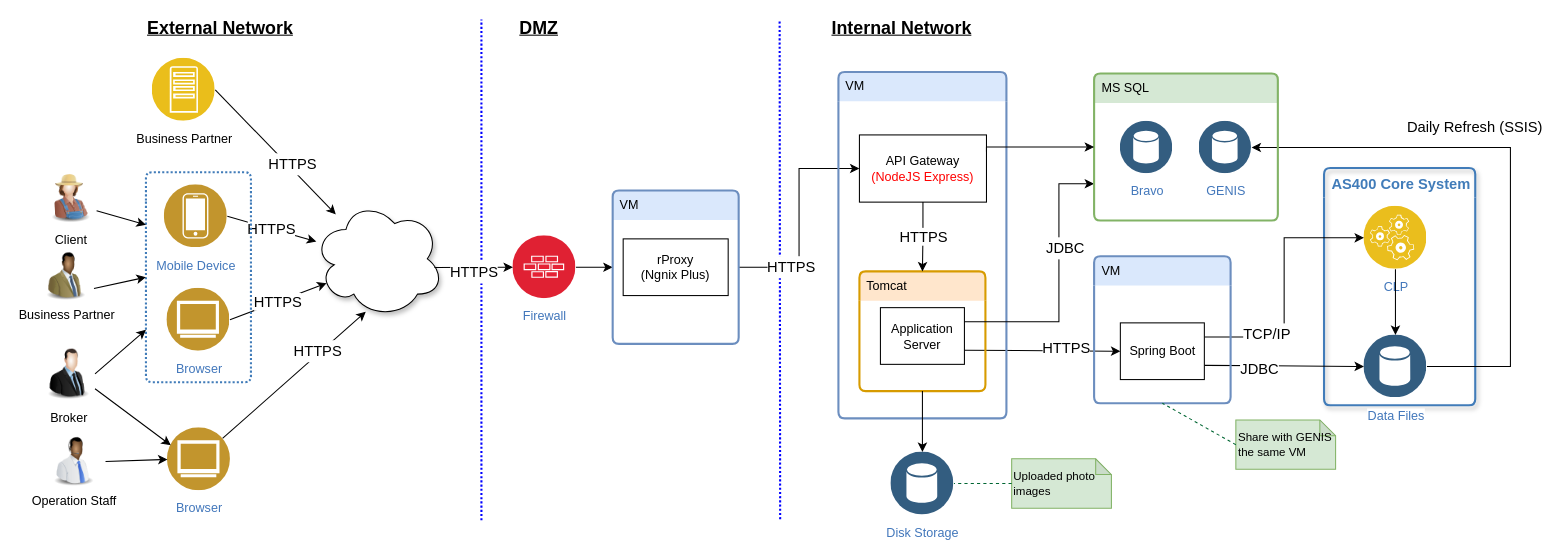
Above: page "Physical Deployment" (2 of 2) of Bravo_Architecture (8).drawio in whalebig27/change-request-process-diagram (draw.io), before the change. Source tidied: cells renumbered, new cells numbered last; positions are measured from the earlier drawing's top-left corner, leaving out a move shared by most shapes. Both pictures are drawn from the tidied source at 105%, with x=0, y=0 at pixel (38, 18).
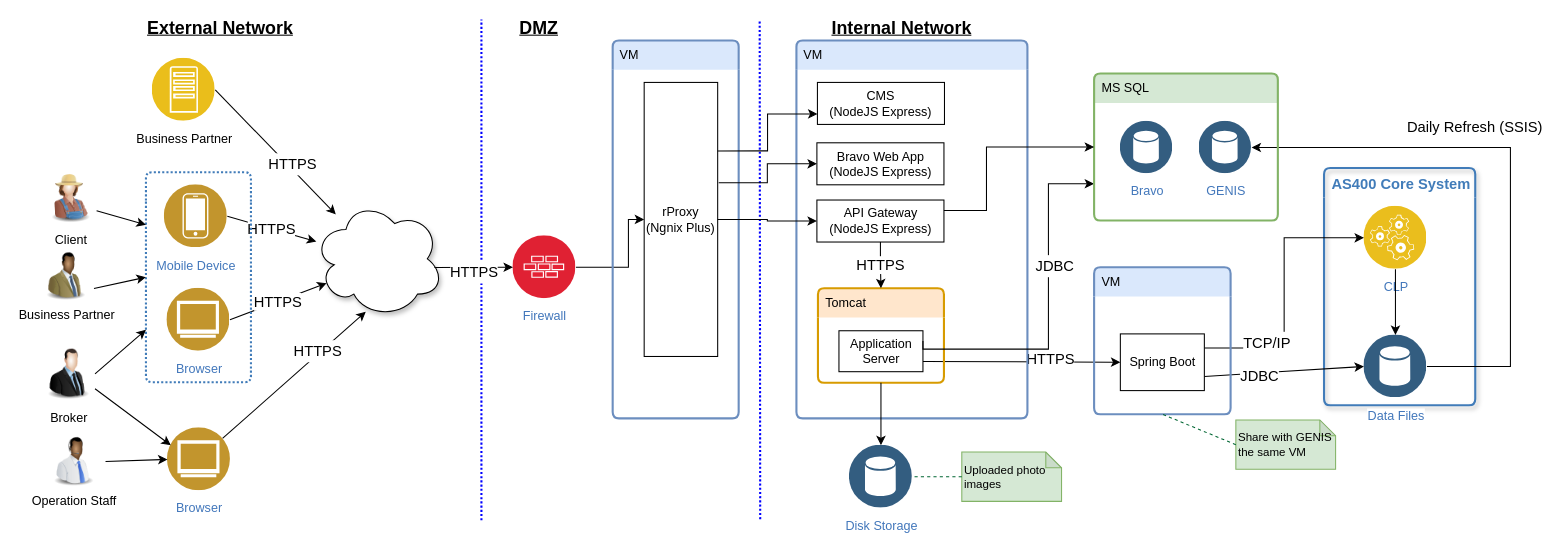
Above is the later version.

Unchanged cells that the change refers to:
```xml
<mxCell id="31" value="Firewall" style="perimeter=ellipsePerimeter;html=1;align=center;shadow=0;dashed=0;fontColor=#4277BB;labelBackgroundColor=#ffffff;fontSize=12;spacingTop=3;image;image=img/lib/ibm/security/firewall.svg;dashPattern=1 1;strokeColor=#0000CC;strokeWidth=2;" parent="1" vertex="1">
  <mxGeometry x="452" y="207" width="60" height="60" as="geometry" />
</mxCell>
<mxCell id="59" value="MS SQL" style="swimlane;fontStyle=0;horizontal=1;startSize=28;swimlaneLine=0;swimlaneFillColor=none;fillColor=#d5e8d4;rounded=1;whiteSpace=wrap;html=1;absoluteArcSize=1;arcSize=12;strokeColor=#82b366;verticalAlign=top;align=left;spacingLeft=5;dashed=0;strokeWidth=2;" parent="1" vertex="1">
  <mxGeometry x="1005.5" y="52.5" width="175" height="140" as="geometry" />
</mxCell>
```

The edit, as a diff of the source:
```diff
@@
-    <mxCell id="30" style="edgeStyle=orthogonalEdgeStyle;rounded=0;jettySize=auto;html=1;entryX=0;entryY=0.5;entryDx=0;entryDy=0;" parent="1" edge="1" source="31" target="36">
-      <mxGeometry relative="1" as="geometry" />
+    <mxCell id="30" style="edgeStyle=orthogonalEdgeStyle;rounded=0;jettySize=auto;html=1;entryX=0;entryY=0.5;entryDx=0;entryDy=0;" parent="1" edge="1" source="31" target="37">
+      <mxGeometry relative="1" as="geometry">
+        <Array as="points">
+          <mxPoint x="562" y="237" />
+          <mxPoint x="562" y="192" />
+        </Array>
+      </mxGeometry>
     </mxCell>
@@
     <mxCell id="33" style="endArrow=none;dashed=1;html=1;strokeWidth=2;dashPattern=1 1;strokeColor=#0000FF;" parent="1" edge="1">
       <mxGeometry relative="1" as="geometry">
-        <mxPoint x="706.5" y="477" as="sourcePoint" />
-        <mxPoint x="706" y="1" as="targetPoint" />
+        <mxPoint x="687.5" y="477" as="sourcePoint" />
+        <mxPoint x="687" y="1" as="targetPoint" />
       </mxGeometry>
     </mxCell>
-    <mxCell id="34" style="edgeStyle=orthogonalEdgeStyle;rounded=0;jettySize=auto;html=1;entryX=0;entryY=0.5;entryDx=0;entryDy=0;" parent="1" edge="1" source="36" target="41">
-      <mxGeometry relative="1" as="geometry" />
-    </mxCell>
-    <mxCell id="35" value="&lt;font style=&quot;font-size: 14px&quot;&gt;HTTPS&lt;/font&gt;" style="text;html=1;align=center;verticalAlign=middle;labelBackgroundColor=#ffffff;fontSize=17;" parent="34" vertex="1">
-      <mxGeometry x="-0.52" y="1" relative="1" as="geometry">
-        <mxPoint x="-1" as="offset" />
-      </mxGeometry>
-    </mxCell>
     <mxCell id="36" value="VM" style="swimlane;fontStyle=0;horizontal=1;startSize=28;swimlaneLine=0;swimlaneFillColor=none;fillColor=#dae8fc;rounded=1;whiteSpace=wrap;html=1;absoluteArcSize=1;arcSize=12;strokeColor=#6c8ebf;verticalAlign=top;align=left;spacingLeft=5;dashed=0;strokeWidth=2;" parent="1" vertex="1">
-      <mxGeometry x="547" y="164" width="120" height="146" as="geometry" />
+      <mxGeometry x="547" y="21" width="120" height="360" as="geometry" />
     </mxCell>
     <mxCell id="37" value="&lt;span&gt;rProxy&lt;/span&gt;&lt;br&gt;&lt;span&gt;(Ngnix Plus)&lt;/span&gt;" style="rounded=0;whiteSpace=wrap;html=1;" parent="36" vertex="1">
-      <mxGeometry x="10" y="46" width="100" height="54" as="geometry" />
+      <mxGeometry x="30" y="40" width="70" height="261" as="geometry" />
     </mxCell>
@@
     <mxCell id="40" value="VM" style="swimlane;fontStyle=0;horizontal=1;startSize=28;swimlaneLine=0;swimlaneFillColor=none;fillColor=#dae8fc;rounded=1;whiteSpace=wrap;html=1;absoluteArcSize=1;arcSize=12;strokeColor=#6c8ebf;verticalAlign=top;align=left;spacingLeft=5;dashed=0;strokeWidth=2;shadow=0;dashPattern=1 1;" parent="1" vertex="1">
-      <mxGeometry x="762" y="51" width="160" height="330" as="geometry" />
+      <mxGeometry x="722" y="21" width="220" height="360" as="geometry" />
     </mxCell>
-    <mxCell id="41" value="&lt;span&gt;API Gateway&lt;/span&gt;&lt;br&gt;&lt;font color=&quot;#ff0000&quot;&gt;(NodeJS Express)&lt;/font&gt;&lt;br&gt;" style="rounded=0;whiteSpace=wrap;html=1;" parent="40" vertex="1">
-      <mxGeometry x="20" y="60" width="121" height="64" as="geometry" />
+    <mxCell id="41" value="&lt;span&gt;API Gateway&lt;/span&gt;&lt;br&gt;(NodeJS Express)&lt;br&gt;" style="rounded=0;whiteSpace=wrap;html=1;" parent="40" vertex="1">
+      <mxGeometry x="19.5" y="152" width="121" height="40" as="geometry" />
     </mxCell>
     <mxCell id="42" value="Tomcat" style="swimlane;fontStyle=0;horizontal=1;startSize=28;swimlaneLine=0;swimlaneFillColor=none;fillColor=#ffe6cc;rounded=1;whiteSpace=wrap;html=1;absoluteArcSize=1;arcSize=12;strokeColor=#d79b00;verticalAlign=top;align=left;spacingLeft=5;dashed=0;strokeWidth=2;" parent="40" vertex="1">
-      <mxGeometry x="20" y="190" width="120" height="114" as="geometry" />
+      <mxGeometry x="20.5" y="236" width="120" height="90" as="geometry" />
     </mxCell>
     <mxCell id="43" value="Application Server&lt;br&gt;" style="rounded=0;whiteSpace=wrap;html=1;" parent="42" vertex="1">
-      <mxGeometry x="20" y="34.5" width="80" height="54" as="geometry" />
+      <mxGeometry x="20" y="40.5" width="80" height="39" as="geometry" />
     </mxCell>
@@
+    <mxCell id="67" value="&lt;span&gt;CMS&lt;/span&gt;&lt;br&gt;(NodeJS Express)&lt;br&gt;" style="rounded=0;whiteSpace=wrap;html=1;" parent="40" vertex="1">
+      <mxGeometry x="20" y="40" width="121" height="40" as="geometry" />
+    </mxCell>
+    <mxCell id="68" value="&lt;span&gt;Bravo Web App&lt;/span&gt;&lt;br&gt;(NodeJS Express)&lt;br&gt;" style="rounded=0;whiteSpace=wrap;html=1;" parent="40" vertex="1">
+      <mxGeometry x="19.5" y="97.5" width="121" height="40" as="geometry" />
+    </mxCell>
@@
     <mxCell id="47" value="VM" style="swimlane;fontStyle=0;horizontal=1;startSize=28;swimlaneLine=0;swimlaneFillColor=none;fillColor=#dae8fc;rounded=1;whiteSpace=wrap;html=1;absoluteArcSize=1;arcSize=12;strokeColor=#6c8ebf;verticalAlign=top;align=left;spacingLeft=5;dashed=0;strokeWidth=2;shadow=0;dashPattern=1 1;" parent="1" vertex="1">
-      <mxGeometry x="1005.5" y="226.5" width="130" height="140" as="geometry" />
+      <mxGeometry x="1005.5" y="237" width="130" height="140" as="geometry" />
     </mxCell>
@@
     <mxCell id="49" style="edgeStyle=orthogonalEdgeStyle;rounded=0;jettySize=auto;html=1;exitX=1;exitY=0.25;exitDx=0;exitDy=0;entryX=0;entryY=0.75;entryDx=0;entryDy=0;" parent="1" edge="1" source="43" target="59">
       <mxGeometry relative="1" as="geometry">
         <Array as="points">
-          <mxPoint x="972" y="289" />
-          <mxPoint x="972" y="157" />
+          <mxPoint x="843" y="315" />
+          <mxPoint x="962" y="315" />
+          <mxPoint x="962" y="158" />
         </Array>
       </mxGeometry>
     </mxCell>
@@
     <mxCell id="57" value="Disk Storage" style="perimeter=ellipsePerimeter;html=1;align=center;shadow=0;dashed=0;fontColor=#4277BB;labelBackgroundColor=#ffffff;fontSize=12;spacingTop=3;image;image=img/lib/ibm/data/data_services.svg;" parent="1" vertex="1">
-      <mxGeometry x="812" y="413" width="60" height="60" as="geometry" />
+      <mxGeometry x="772.5" y="406.5" width="60" height="60" as="geometry" />
     </mxCell>
@@
     <mxCell id="65" value="Uploaded photo images" style="shape=note;whiteSpace=wrap;html=1;backgroundOutline=1;darkOpacity=0.05;size=15;fillColor=#d5e8d4;strokeColor=#82b366;fontSize=11;align=left;" parent="1" vertex="1">
-      <mxGeometry x="927" y="419.5" width="95" height="47" as="geometry" />
+      <mxGeometry x="879.5" y="413" width="95" height="47" as="geometry" />
     </mxCell>
@@
+    <mxCell id="69" style="endArrow=classic;html=1;entryX=0;entryY=0.5;entryDx=0;entryDy=0;rounded=0;edgeStyle=orthogonalEdgeStyle;" parent="1" edge="1" source="37" target="41">
+      <mxGeometry relative="1" as="geometry" />
+    </mxCell>
+    <mxCell id="70" style="endArrow=classic;html=1;entryX=0;entryY=0.5;entryDx=0;entryDy=0;edgeStyle=orthogonalEdgeStyle;rounded=0;exitX=1.014;exitY=0.366;exitDx=0;exitDy=0;exitPerimeter=0;" parent="1" edge="1" source="37" target="68">
+      <mxGeometry relative="1" as="geometry" />
+    </mxCell>
+    <mxCell id="71" style="endArrow=classic;html=1;entryX=0;entryY=0.75;entryDx=0;entryDy=0;exitX=1;exitY=0.25;exitDx=0;exitDy=0;edgeStyle=orthogonalEdgeStyle;rounded=0;" parent="1" edge="1" source="37" target="67">
+      <mxGeometry relative="1" as="geometry" />
+    </mxCell>
```
